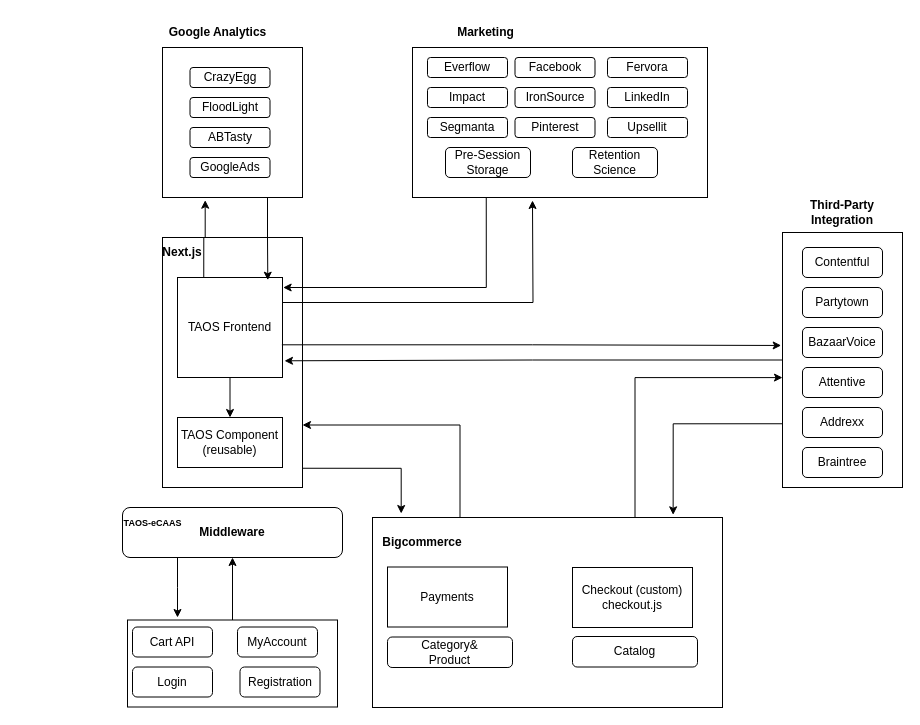
akanksha-61087268/drawio keeps this draw.io diagram as page "TAOS-Existing v2" (2 of 3) of TAOS/TAOS-Existing.drawio. Above is the earlier version. Source tidied: cells renumbered, new cells numbered last; positions are measured from the earlier drawing's top-left corner, leaving out a move shared by most shapes. Both pictures are drawn from the tidied source at 100%, with x=0, y=0 at pixel (112, 17).
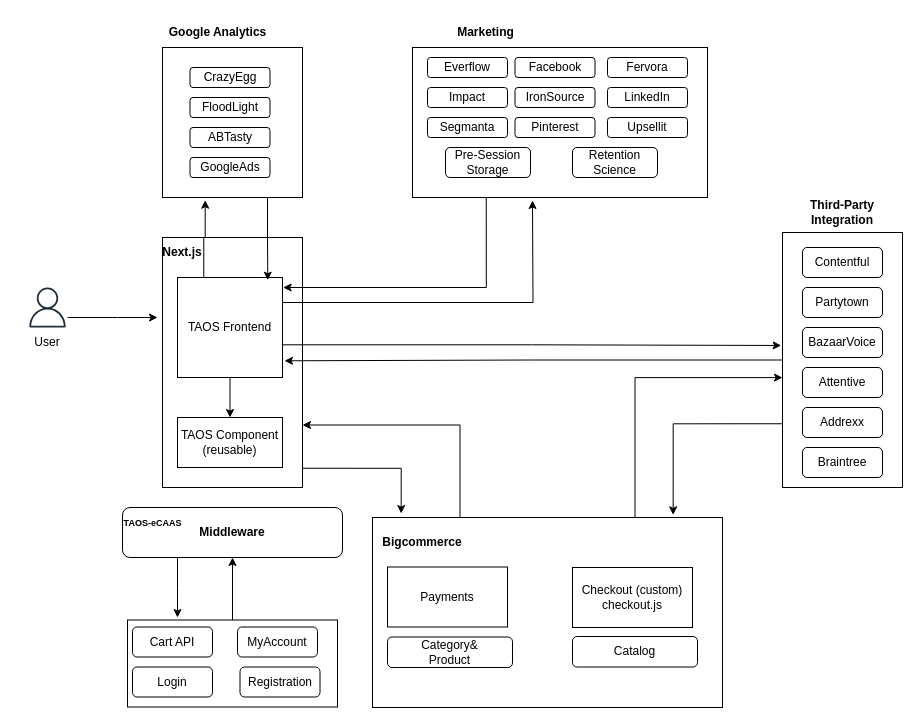
The same diagram, later.

Diff of the diagram source:
```diff
@@
+    <mxCell id="59" style="sketch=0;outlineConnect=0;fontColor=#232F3E;gradientColor=none;fillColor=#232F3D;strokeColor=none;dashed=0;verticalLabelPosition=bottom;verticalAlign=top;align=center;html=1;fontSize=12;fontStyle=0;shape=mxgraph.aws4.user;" parent="1" vertex="1">
+      <mxGeometry x="-85" y="270" width="40" height="40" as="geometry" />
+    </mxCell>
+    <mxCell id="60" value="User" style="text;html=1;align=center;verticalAlign=middle;whiteSpace=wrap;rounded=0;" parent="1" vertex="1">
+      <mxGeometry x="-95" y="310" width="60" height="30" as="geometry" />
+    </mxCell>
+    <mxCell id="61" style="endArrow=classic;html=1;rounded=0;exitX=1.05;exitY=0.75;exitDx=0;exitDy=0;exitPerimeter=0;" parent="1" edge="1" source="59">
+      <mxGeometry relative="1" as="geometry">
+        <mxPoint x="45" y="300" as="targetPoint" />
+        <Array as="points">
+          <mxPoint x="5" y="300" />
+        </Array>
+      </mxGeometry>
+    </mxCell>
```
